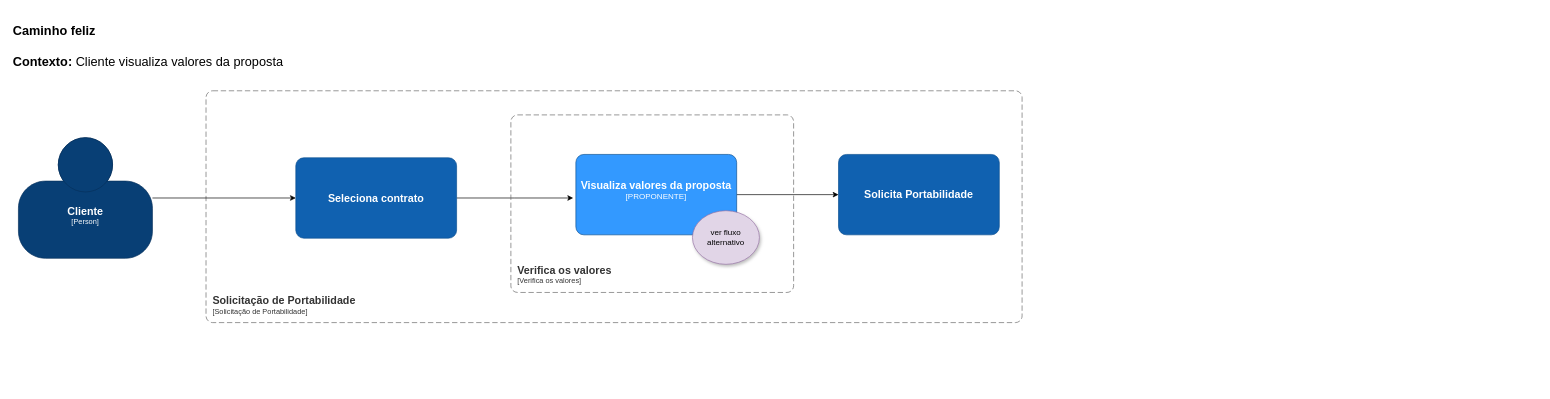
Before: page "Proposta" (5 of 17) of portabilidade_credito.drawio in andreferreiratrindade/portabilidade_credito_draw, a draw.io diagram. Source tidied: cells renumbered, new cells numbered last; positions are measured from the earlier drawing's top-left corner, leaving out a move shared by most shapes. Both pictures are drawn from the tidied source at 67%, with x=0, y=0 at pixel (11, 21).
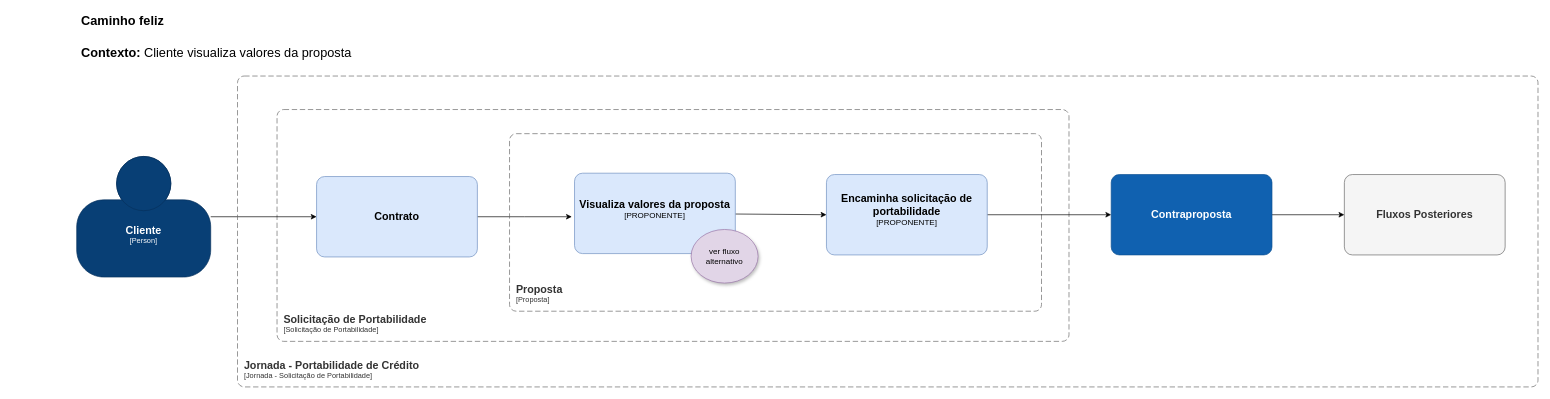
The same page after the edit.

Commit message (it also covers changes not shown here):
Add BDD in Contraproposta

Diff of the diagram source:
```diff
@@
     <object id="2" label="&lt;font style=&quot;font-size: 16px&quot;&gt;&lt;b&gt;%c4Name%&lt;/b&gt;&lt;/font&gt;&lt;div&gt;[%c4Type%]&lt;/div&gt;&lt;br&gt;&lt;div&gt;&lt;font style=&quot;font-size: 11px&quot;&gt;&lt;font color=&quot;#cccccc&quot;&gt;%c4Description%&lt;/font&gt;&lt;/div&gt;" c4Description="" c4Name="Cliente" c4Type="Person" placeholders="1">
       <mxCell style="html=1;fontSize=11;dashed=0;whiteSpace=wrap;fillColor=#083F75;strokeColor=#06315C;fontColor=#ffffff;shape=mxgraph.c4.person2;align=center;points=[[0.5,0,0],[1,0.5,0],[1,0.75,0],[0.75,1,0],[0.5,1,0],[0.25,1,0],[0,0.75,0],[0,0.5,0]];" parent="1" vertex="1">
-        <mxGeometry x="10" y="174" width="200" height="180" as="geometry" />
+        <mxGeometry x="97" y="202" width="200" height="180" as="geometry" />
       </mxCell>
     </object>
     <object id="3" label="&lt;font style=&quot;font-size: 16px&quot;&gt;&lt;b&gt;&lt;div style=&quot;text-align: left&quot;&gt;%c4Name%&lt;/div&gt;&lt;/b&gt;&lt;/font&gt;&lt;div style=&quot;text-align: left&quot;&gt;[%c4Application%]&lt;/div&gt;" c4Application="Solicitação de Portabilidade" c4Name="Solicitação de Portabilidade" placeholders="1">
       <mxCell style="rounded=1;fontSize=11;whiteSpace=wrap;html=1;dashed=1;arcSize=20;fillColor=none;strokeColor=#666666;fontColor=#333333;labelBackgroundColor=none;align=left;verticalAlign=bottom;labelBorderColor=none;spacingTop=0;spacing=10;dashPattern=8 4;perimeter=rectanglePerimeter;noLabel=0;labelPadding=0;absoluteArcSize=1;" parent="1" vertex="1">
-        <mxGeometry x="290" y="104" width="1218" height="346" as="geometry" />
+        <mxGeometry x="396" y="132" width="1182" height="346" as="geometry" />
       </mxCell>
     </object>
     <mxCell id="4" style="edgeStyle=orthogonalEdgeStyle;rounded=0;jettySize=auto;html=1;" parent="1" edge="1" source="5">
       <mxGeometry relative="1" as="geometry">
-        <mxPoint x="838" y="264" as="targetPoint" />
+        <mxPoint x="836" y="292" as="targetPoint" />
       </mxGeometry>
     </mxCell>
-    <object id="5" label="&lt;font style=&quot;font-size: 16px&quot;&gt;&lt;b&gt;%c4Name%&lt;/b&gt;&lt;/font&gt;&lt;br&gt;&lt;div&gt;&lt;font style=&quot;font-size: 11px&quot;&gt;&lt;font color=&quot;#cccccc&quot;&gt;%c4Description%&lt;/font&gt;&lt;/div&gt;" c4Description="" c4Name="Seleciona contrato" placeholders="1">
-      <mxCell style="rounded=1;whiteSpace=wrap;html=1;labelBackgroundColor=none;fillColor=#1061B0;fontColor=#ffffff;align=center;arcSize=10;strokeColor=#0D5091;points=[[0.25,0,0],[0.5,0,0],[0.75,0,0],[1,0.25,0],[1,0.5,0],[1,0.75,0],[0.75,1,0],[0.5,1,0],[0.25,1,0],[0,0.75,0],[0,0.5,0],[0,0.25,0]];" parent="1" vertex="1">
-        <mxGeometry x="424" y="204" width="240" height="120" as="geometry" />
+    <object id="5" label="&lt;font style=&quot;font-size: 16px&quot;&gt;&lt;b&gt;%c4Name%&lt;/b&gt;&lt;/font&gt;&lt;br&gt;&lt;div&gt;&lt;font style=&quot;font-size: 11px&quot;&gt;&lt;font color=&quot;#cccccc&quot;&gt;%c4Description%&lt;/font&gt;&lt;/div&gt;" c4Description="" c4Name="Contrato" placeholders="1">
+      <mxCell style="rounded=1;whiteSpace=wrap;html=1;labelBackgroundColor=none;fillColor=#dae8fc;align=center;arcSize=10;strokeColor=#6c8ebf;points=[[0.25,0,0],[0.5,0,0],[0.75,0,0],[1,0.25,0],[1,0.5,0],[1,0.75,0],[0.75,1,0],[0.5,1,0],[0.25,1,0],[0,0.75,0],[0,0.5,0],[0,0.25,0]];" parent="1" vertex="1">
+        <mxGeometry x="455" y="232" width="240" height="120" as="geometry" />
       </mxCell>
     </object>
@@
-    <object id="7" label="&lt;font style=&quot;font-size: 16px&quot;&gt;&lt;b&gt;&lt;div style=&quot;text-align: left&quot;&gt;%c4Name%&lt;/div&gt;&lt;/b&gt;&lt;/font&gt;&lt;div style=&quot;text-align: left&quot;&gt;[%c4Application%]&lt;/div&gt;" c4Application="Verifica os valores" c4Name="Verifica os valores" placeholders="1">
+    <object id="7" label="&lt;font style=&quot;font-size: 16px&quot;&gt;&lt;b&gt;&lt;div style=&quot;text-align: left&quot;&gt;%c4Name%&lt;/div&gt;&lt;/b&gt;&lt;/font&gt;&lt;div style=&quot;text-align: left&quot;&gt;[%c4Application%]&lt;/div&gt;" c4Application="Proposta" c4Name="Proposta" placeholders="1">
       <mxCell style="rounded=1;fontSize=11;whiteSpace=wrap;html=1;dashed=1;arcSize=20;fillColor=none;strokeColor=#666666;fontColor=#333333;labelBackgroundColor=none;align=left;verticalAlign=bottom;labelBorderColor=none;spacingTop=0;spacing=10;dashPattern=8 4;perimeter=rectanglePerimeter;noLabel=0;labelPadding=0;absoluteArcSize=1;" parent="1" vertex="1">
-        <mxGeometry x="745" y="140" width="422" height="265" as="geometry" />
+        <mxGeometry x="743" y="168" width="794" height="265" as="geometry" />
       </mxCell>
     </object>
-    <mxCell id="8" style="edgeStyle=orthogonalEdgeStyle;rounded=0;jettySize=auto;html=1;" parent="1" edge="1" source="9" target="10">
+    <mxCell id="8" style="edgeStyle=orthogonalEdgeStyle;rounded=0;jettySize=auto;html=1;entryX=0;entryY=0.5;entryDx=0;entryDy=0;entryPerimeter=0;startArrow=none;" parent="1" edge="1" source="18" target="10">
       <mxGeometry relative="1" as="geometry" />
     </mxCell>
+    <mxCell id="14" style="edgeStyle=none;html=1;entryX=0;entryY=0.5;entryDx=0;entryDy=0;entryPerimeter=0;" parent="1" edge="1" source="9" target="18">
+      <mxGeometry relative="1" as="geometry" />
+    </mxCell>
     <object id="9" label="&lt;font style=&quot;font-size: 16px&quot;&gt;&lt;b&gt;%c4Name%&lt;/b&gt;&lt;/font&gt;&lt;div&gt;[%c4Type%]&lt;/div&gt;&lt;br&gt;&lt;div&gt;&lt;font style=&quot;font-size: 11px&quot;&gt;&lt;font color=&quot;#cccccc&quot;&gt;%c4Description%&lt;/font&gt;&lt;/div&gt;" c4Description="" c4Name="Visualiza valores da proposta" c4Type="PROPONENTE" placeholders="1">
-      <mxCell style="rounded=1;whiteSpace=wrap;html=1;labelBackgroundColor=none;fillColor=#3399FF;fontColor=#ffffff;align=center;arcSize=10;strokeColor=#0D5091;points=[[0.25,0,0],[0.5,0,0],[0.75,0,0],[1,0.25,0],[1,0.5,0],[1,0.75,0],[0.75,1,0],[0.5,1,0],[0.25,1,0],[0,0.75,0],[0,0.5,0],[0,0.25,0]];" parent="1" vertex="1">
-        <mxGeometry x="842" y="199" width="240" height="120" as="geometry" />
+      <mxCell style="rounded=1;whiteSpace=wrap;html=1;labelBackgroundColor=none;fillColor=#dae8fc;align=center;arcSize=10;strokeColor=#6c8ebf;points=[[0.25,0,0],[0.5,0,0],[0.75,0,0],[1,0.25,0],[1,0.5,0],[1,0.75,0],[0.75,1,0],[0.5,1,0],[0.25,1,0],[0,0.75,0],[0,0.5,0],[0,0.25,0]];" parent="1" vertex="1">
+        <mxGeometry x="840" y="227" width="240" height="120" as="geometry" />
       </mxCell>
     </object>
-    <object id="10" label="&lt;font style=&quot;font-size: 16px&quot;&gt;&lt;b&gt;%c4Name%&lt;/b&gt;&lt;/font&gt;&lt;br&gt;&lt;div&gt;&lt;font style=&quot;font-size: 11px&quot;&gt;&lt;font color=&quot;#cccccc&quot;&gt;%c4Description%&lt;/font&gt;&lt;/div&gt;" c4Description="" c4Name="Solicita Portabilidade" placeholders="1">
-      <mxCell style="rounded=1;whiteSpace=wrap;html=1;labelBackgroundColor=none;fillColor=#1061B0;fontColor=#ffffff;align=center;arcSize=10;strokeColor=#0D5091;points=[[0.25,0,0],[0.5,0,0],[0.75,0,0],[1,0.25,0],[1,0.5,0],[1,0.75,0],[0.75,1,0],[0.5,1,0],[0.25,1,0],[0,0.75,0],[0,0.5,0],[0,0.25,0]];" parent="1" vertex="1">
-        <mxGeometry x="1234" y="199" width="240" height="120" as="geometry" />
-      </mxCell>
-    </object>
     <mxCell id="11" value="ver fluxo alternativo" style="ellipse;whiteSpace=wrap;html=1;fillColor=#e1d5e7;strokeColor=#9673a6;shadow=1;" parent="1" vertex="1">
-      <mxGeometry x="1016" y="283" width="100" height="80" as="geometry" />
+      <mxGeometry x="1014" y="311" width="100" height="80" as="geometry" />
     </mxCell>
     <mxCell id="12" value="&lt;b&gt;Caminho feliz&lt;/b&gt;" style="text;html=1;align=left;verticalAlign=middle;whiteSpace=wrap;rounded=0;fontSize=19;" parent="1" vertex="1">
-      <mxGeometry width="616" height="30" as="geometry" />
+      <mxGeometry x="102" y="-14" width="616" height="30" as="geometry" />
     </mxCell>
     <mxCell id="13" value="&lt;div style=&quot;&quot;&gt;&lt;b style=&quot;background-color: initial;&quot;&gt;Contexto:&lt;/b&gt;&lt;span style=&quot;background-color: initial;&quot;&gt; Cliente visualiza valores da proposta&lt;/span&gt;&lt;/div&gt;" style="text;html=1;align=left;verticalAlign=middle;whiteSpace=wrap;rounded=0;fontSize=19;" parent="1" vertex="1">
-      <mxGeometry y="47" width="616" height="30" as="geometry" />
+      <mxGeometry x="102" y="33" width="616" height="30" as="geometry" />
     </mxCell>
+    <object id="15" label="&lt;font style=&quot;font-size: 16px&quot;&gt;&lt;b&gt;&lt;div style=&quot;text-align: left&quot;&gt;%c4Name%&lt;/div&gt;&lt;/b&gt;&lt;/font&gt;&lt;div style=&quot;text-align: left&quot;&gt;[%c4Application%]&lt;/div&gt;" c4Application="Jornada - Solicitação de Portabilidade" c4Name="Jornada - Portabilidade de Crédito" placeholders="1">
+      <mxCell style="rounded=1;fontSize=11;whiteSpace=wrap;html=1;dashed=1;arcSize=20;fillColor=none;strokeColor=#666666;fontColor=#333333;labelBackgroundColor=none;align=left;verticalAlign=bottom;labelBorderColor=none;spacingTop=0;spacing=10;dashPattern=8 4;perimeter=rectanglePerimeter;noLabel=0;labelPadding=0;absoluteArcSize=1;" parent="1" vertex="1">
+        <mxGeometry x="337" y="82" width="1941" height="464" as="geometry" />
+      </mxCell>
+    </object>
+    <mxCell id="16" style="edgeStyle=none;html=1;entryX=0;entryY=0.5;entryDx=0;entryDy=0;entryPerimeter=0;" parent="1" edge="1" source="10" target="17">
+      <mxGeometry relative="1" as="geometry" />
+    </mxCell>
+    <object id="10" label="&lt;font style=&quot;font-size: 16px&quot;&gt;&lt;b&gt;%c4Name%&lt;/b&gt;&lt;/font&gt;&lt;br&gt;&lt;div&gt;&lt;font style=&quot;font-size: 11px&quot;&gt;&lt;font color=&quot;#cccccc&quot;&gt;%c4Description%&lt;/font&gt;&lt;/div&gt;" c4Description="" c4Name="Contraproposta" placeholders="1">
+      <mxCell style="rounded=1;whiteSpace=wrap;html=1;labelBackgroundColor=none;fillColor=#1061B0;fontColor=#ffffff;align=center;arcSize=10;strokeColor=#0D5091;points=[[0.25,0,0],[0.5,0,0],[0.75,0,0],[1,0.25,0],[1,0.5,0],[1,0.75,0],[0.75,1,0],[0.5,1,0],[0.25,1,0],[0,0.75,0],[0,0.5,0],[0,0.25,0]];" parent="1" vertex="1">
+        <mxGeometry x="1641" y="229" width="240" height="120" as="geometry" />
+      </mxCell>
+    </object>
+    <object id="17" label="&lt;font style=&quot;font-size: 16px&quot;&gt;&lt;b&gt;%c4Name%&lt;/b&gt;&lt;/font&gt;&lt;br&gt;&lt;div&gt;&lt;font style=&quot;font-size: 11px&quot;&gt;&lt;font color=&quot;#cccccc&quot;&gt;%c4Description%&lt;/font&gt;&lt;/div&gt;" c4Description="" c4Name="Fluxos Posteriores" placeholders="1">
+      <mxCell style="rounded=1;whiteSpace=wrap;html=1;labelBackgroundColor=none;fillColor=#f5f5f5;fontColor=#333333;align=center;arcSize=10;strokeColor=#666666;points=[[0.25,0,0],[0.5,0,0],[0.75,0,0],[1,0.25,0],[1,0.5,0],[1,0.75,0],[0.75,1,0],[0.5,1,0],[0.25,1,0],[0,0.75,0],[0,0.5,0],[0,0.25,0]];" parent="1" vertex="1">
+        <mxGeometry x="1989" y="229" width="240" height="120" as="geometry" />
+      </mxCell>
+    </object>
+    <object id="18" label="&lt;font style=&quot;font-size: 16px&quot;&gt;&lt;b&gt;%c4Name%&lt;/b&gt;&lt;/font&gt;&lt;div&gt;[%c4Type%]&lt;/div&gt;&lt;br&gt;&lt;div&gt;&lt;font style=&quot;font-size: 11px&quot;&gt;&lt;font color=&quot;#cccccc&quot;&gt;%c4Description%&lt;/font&gt;&lt;/div&gt;" c4Description="" c4Name="Encaminha solicitação de portabilidade" c4Type="PROPONENTE" placeholders="1">
+      <mxCell style="rounded=1;whiteSpace=wrap;html=1;labelBackgroundColor=none;fillColor=#dae8fc;align=center;arcSize=10;strokeColor=#6c8ebf;points=[[0.25,0,0],[0.5,0,0],[0.75,0,0],[1,0.25,0],[1,0.5,0],[1,0.75,0],[0.75,1,0],[0.5,1,0],[0.25,1,0],[0,0.75,0],[0,0.5,0],[0,0.25,0]];" parent="1" vertex="1">
+        <mxGeometry x="1216" y="229" width="240" height="120" as="geometry" />
+      </mxCell>
+    </object>
```
